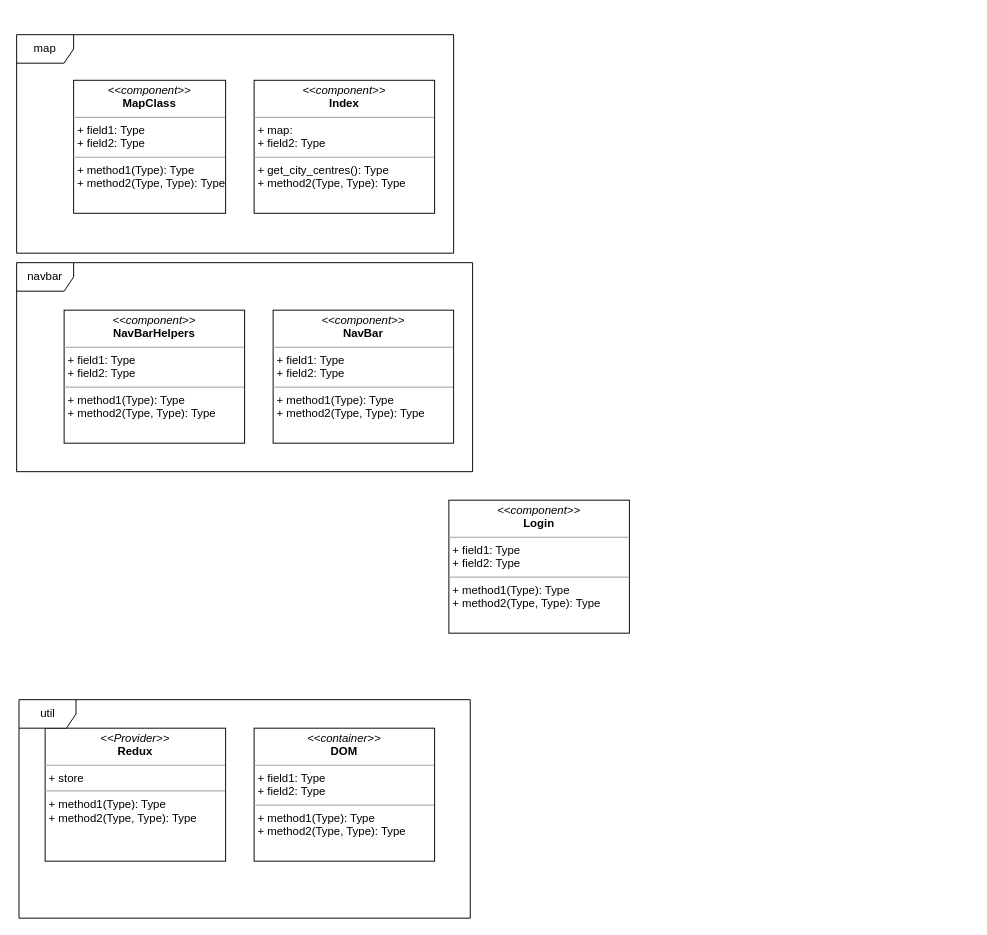
The draw.io diagram M2_Architecture/react-logical-architecture.drawio in NathanDunning/Visualising-Transport-Networks, before the edit. Source tidied: cells renumbered, new cells numbered last; positions are measured from the earlier drawing's top-left corner, leaving out a move shared by most shapes. Both pictures are drawn from the tidied source at 95%, with x=0, y=0 at pixel (16, 34).
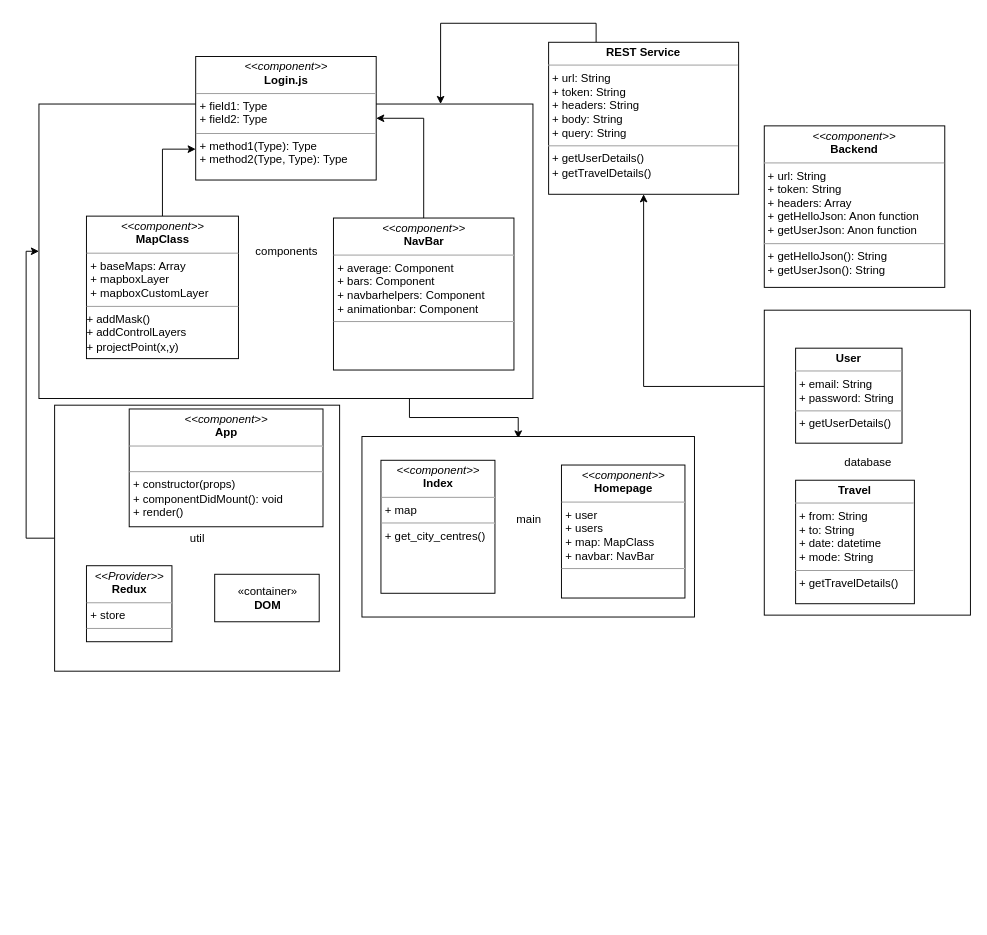
After the change.

Commit message (it also covers changes not shown here):
issue: #5 - class diagram, unfinished as need more detail and understanding of backend

Change to the diagram source:
```diff
@@
-    <mxCell id="2" value="navbar" style="shape=umlFrame;whiteSpace=wrap;html=1;" parent="1" vertex="1">
-      <mxGeometry y="240" width="480" height="220" as="geometry" />
-    </mxCell>
-    <mxCell id="3" value="map" style="shape=umlFrame;whiteSpace=wrap;html=1;" parent="1" vertex="1">
-      <mxGeometry width="460" height="230" as="geometry" />
-    </mxCell>
+    <mxCell id="12" style="edgeStyle=orthogonalEdgeStyle;rounded=0;jettySize=auto;html=1;exitX=0;exitY=0.5;exitDx=0;exitDy=0;entryX=0;entryY=0.5;entryDx=0;entryDy=0;" parent="1" edge="1" source="11" target="16">
+      <mxGeometry relative="1" as="geometry">
+        <Array as="points">
+          <mxPoint x="10" y="530" />
+          <mxPoint x="10" y="228" />
+        </Array>
+      </mxGeometry>
+    </mxCell>
+    <mxCell id="11" value="util" style="html=1;" parent="1" vertex="1">
+      <mxGeometry x="40" y="390" width="300" height="280" as="geometry" />
+    </mxCell>
+    <mxCell id="13" style="edgeStyle=orthogonalEdgeStyle;rounded=0;jettySize=auto;html=1;exitX=0;exitY=0.25;exitDx=0;exitDy=0;" parent="1" edge="1" source="14" target="25">
+      <mxGeometry relative="1" as="geometry" />
+    </mxCell>
+    <mxCell id="14" value="database" style="html=1;" parent="1" vertex="1">
+      <mxGeometry x="787" y="290" width="217" height="321" as="geometry" />
+    </mxCell>
+    <mxCell id="15" style="edgeStyle=orthogonalEdgeStyle;rounded=0;jettySize=auto;html=1;exitX=0.75;exitY=1;exitDx=0;exitDy=0;entryX=0.47;entryY=0.011;entryDx=0;entryDy=0;entryPerimeter=0;" parent="1" edge="1" source="16" target="17">
+      <mxGeometry relative="1" as="geometry" />
+    </mxCell>
+    <mxCell id="16" value="components" style="html=1;" parent="1" vertex="1">
+      <mxGeometry x="23.5" y="73" width="520" height="310" as="geometry" />
+    </mxCell>
+    <mxCell id="17" value="&lt;div&gt;main&lt;/div&gt;&lt;div&gt;&lt;br&gt;&lt;/div&gt;" style="html=1;" parent="1" vertex="1">
+      <mxGeometry x="363.5" y="423" width="350" height="190" as="geometry" />
+    </mxCell>
-    <mxCell id="4" value="&lt;p style=&quot;margin: 0px ; margin-top: 4px ; text-align: center&quot;&gt;&lt;i&gt;&amp;lt;&amp;lt;Provider&amp;gt;&amp;gt;&lt;/i&gt;&lt;br&gt;&lt;b&gt;Redux&lt;/b&gt;&lt;/p&gt;&lt;hr size=&quot;1&quot;&gt;&lt;p style=&quot;margin: 0px ; margin-left: 4px&quot;&gt;+ store&lt;/p&gt;&lt;hr size=&quot;1&quot;&gt;&lt;p style=&quot;margin: 0px ; margin-left: 4px&quot;&gt;+ method1(Type): Type&lt;br&gt;+ method2(Type, Type): Type&lt;/p&gt;" style="verticalAlign=top;align=left;overflow=fill;fontSize=12;fontFamily=Helvetica;html=1;" parent="1" vertex="1">
-      <mxGeometry x="30" y="730" width="190" height="140" as="geometry" />
+    <mxCell id="4" value="&lt;p style=&quot;margin: 0px ; margin-top: 4px ; text-align: center&quot;&gt;&lt;i&gt;&amp;lt;&amp;lt;Provider&amp;gt;&amp;gt;&lt;/i&gt;&lt;br&gt;&lt;b&gt;Redux&lt;/b&gt;&lt;/p&gt;&lt;hr size=&quot;1&quot;&gt;&lt;p style=&quot;margin: 0px ; margin-left: 4px&quot;&gt;+ store&lt;/p&gt;&lt;hr size=&quot;1&quot;&gt;&lt;p style=&quot;margin: 0px ; margin-left: 4px&quot;&gt;&lt;br&gt;&lt;br&gt;&lt;/p&gt;" style="verticalAlign=top;align=left;overflow=fill;fontSize=12;fontFamily=Helvetica;html=1;" parent="1" vertex="1">
+      <mxGeometry x="73.5" y="559" width="90" height="80" as="geometry" />
     </mxCell>
-    <mxCell id="5" value="&lt;p style=&quot;margin: 0px ; margin-top: 4px ; text-align: center&quot;&gt;&lt;i&gt;&amp;lt;&amp;lt;container&amp;gt;&amp;gt;&lt;/i&gt;&lt;br&gt;&lt;b&gt;DOM&lt;/b&gt;&lt;/p&gt;&lt;hr size=&quot;1&quot;&gt;&lt;p style=&quot;margin: 0px ; margin-left: 4px&quot;&gt;+ field1: Type&lt;br&gt;+ field2: Type&lt;/p&gt;&lt;hr size=&quot;1&quot;&gt;&lt;p style=&quot;margin: 0px ; margin-left: 4px&quot;&gt;+ method1(Type): Type&lt;br&gt;+ method2(Type, Type): Type&lt;/p&gt;" style="verticalAlign=top;align=left;overflow=fill;fontSize=12;fontFamily=Helvetica;html=1;" parent="1" vertex="1">
-      <mxGeometry x="250" y="730" width="190" height="140" as="geometry" />
-    </mxCell>
-    <mxCell id="6" value="&lt;p style=&quot;margin: 0px ; margin-top: 4px ; text-align: center&quot;&gt;&lt;i&gt;&amp;lt;&amp;lt;component&amp;gt;&amp;gt;&lt;/i&gt;&lt;br&gt;&lt;b&gt;Login&lt;/b&gt;&lt;/p&gt;&lt;hr size=&quot;1&quot;&gt;&lt;p style=&quot;margin: 0px ; margin-left: 4px&quot;&gt;+ field1: Type&lt;br&gt;+ field2: Type&lt;/p&gt;&lt;hr size=&quot;1&quot;&gt;&lt;p style=&quot;margin: 0px ; margin-left: 4px&quot;&gt;+ method1(Type): Type&lt;br&gt;+ method2(Type, Type): Type&lt;/p&gt;" style="verticalAlign=top;align=left;overflow=fill;fontSize=12;fontFamily=Helvetica;html=1;" parent="1" vertex="1">
-      <mxGeometry x="455" y="490" width="190" height="140" as="geometry" />
+    <mxCell id="6" value="&lt;p style=&quot;margin: 0px ; margin-top: 4px ; text-align: center&quot;&gt;&lt;i&gt;&amp;lt;&amp;lt;component&amp;gt;&amp;gt;&lt;/i&gt;&lt;br&gt;&lt;b&gt;Login.js&lt;/b&gt;&lt;/p&gt;&lt;hr size=&quot;1&quot;&gt;&lt;p style=&quot;margin: 0px ; margin-left: 4px&quot;&gt;+ field1: Type&lt;br&gt;+ field2: Type&lt;/p&gt;&lt;hr size=&quot;1&quot;&gt;&lt;p style=&quot;margin: 0px ; margin-left: 4px&quot;&gt;+ method1(Type): Type&lt;br&gt;+ method2(Type, Type): Type&lt;/p&gt;" style="verticalAlign=top;align=left;overflow=fill;fontSize=12;fontFamily=Helvetica;html=1;" parent="1" vertex="1">
+      <mxGeometry x="188.5" y="23" width="190" height="130" as="geometry" />
     </mxCell>
+    <mxCell id="18" style="edgeStyle=orthogonalEdgeStyle;rounded=0;jettySize=auto;html=1;exitX=0.5;exitY=0;exitDx=0;exitDy=0;entryX=1;entryY=0.5;entryDx=0;entryDy=0;" parent="1" edge="1" source="7" target="6">
+      <mxGeometry relative="1" as="geometry" />
+    </mxCell>
-    <mxCell id="7" value="&lt;p style=&quot;margin: 0px ; margin-top: 4px ; text-align: center&quot;&gt;&lt;i&gt;&amp;lt;&amp;lt;component&amp;gt;&amp;gt;&lt;/i&gt;&lt;br&gt;&lt;b&gt;NavBar&lt;/b&gt;&lt;/p&gt;&lt;hr size=&quot;1&quot;&gt;&lt;p style=&quot;margin: 0px ; margin-left: 4px&quot;&gt;+ field1: Type&lt;br&gt;+ field2: Type&lt;/p&gt;&lt;hr size=&quot;1&quot;&gt;&lt;p style=&quot;margin: 0px ; margin-left: 4px&quot;&gt;+ method1(Type): Type&lt;br&gt;+ method2(Type, Type): Type&lt;/p&gt;" style="verticalAlign=top;align=left;overflow=fill;fontSize=12;fontFamily=Helvetica;html=1;" parent="1" vertex="1">
-      <mxGeometry x="270" y="290" width="190" height="140" as="geometry" />
+    <mxCell id="7" value="&lt;p style=&quot;margin: 0px ; margin-top: 4px ; text-align: center&quot;&gt;&lt;i&gt;&amp;lt;&amp;lt;component&amp;gt;&amp;gt;&lt;/i&gt;&lt;br&gt;&lt;b&gt;NavBar&lt;/b&gt;&lt;/p&gt;&lt;hr size=&quot;1&quot;&gt;&lt;p style=&quot;margin: 0px ; margin-left: 4px&quot;&gt;+ average: Component&lt;/p&gt;&lt;p style=&quot;margin: 0px ; margin-left: 4px&quot;&gt;+ bars: Component&lt;/p&gt;&lt;p style=&quot;margin: 0px ; margin-left: 4px&quot;&gt;+ navbarhelpers: Component&lt;/p&gt;&lt;p style=&quot;margin: 0px ; margin-left: 4px&quot;&gt;+ animationbar: Component&lt;br&gt;&lt;/p&gt;&lt;hr size=&quot;1&quot;&gt;&lt;p style=&quot;margin: 0px ; margin-left: 4px&quot;&gt;&lt;br&gt;&lt;/p&gt;" style="verticalAlign=top;align=left;overflow=fill;fontSize=12;fontFamily=Helvetica;html=1;" parent="1" vertex="1">
+      <mxGeometry x="333.5" y="193" width="190" height="160" as="geometry" />
     </mxCell>
-    <mxCell id="8" value="&lt;p style=&quot;margin: 0px ; margin-top: 4px ; text-align: center&quot;&gt;&lt;i&gt;&amp;lt;&amp;lt;component&amp;gt;&amp;gt;&lt;/i&gt;&lt;br&gt;&lt;b&gt;NavBarHelpers&lt;/b&gt;&lt;/p&gt;&lt;hr size=&quot;1&quot;&gt;&lt;p style=&quot;margin: 0px ; margin-left: 4px&quot;&gt;+ field1: Type&lt;br&gt;+ field2: Type&lt;/p&gt;&lt;hr size=&quot;1&quot;&gt;&lt;p style=&quot;margin: 0px ; margin-left: 4px&quot;&gt;+ method1(Type): Type&lt;br&gt;+ method2(Type, Type): Type&lt;/p&gt;" style="verticalAlign=top;align=left;overflow=fill;fontSize=12;fontFamily=Helvetica;html=1;" parent="1" vertex="1">
-      <mxGeometry x="50" y="290" width="190" height="140" as="geometry" />
-    </mxCell>
+    <mxCell id="19" style="edgeStyle=orthogonalEdgeStyle;rounded=0;jettySize=auto;html=1;exitX=0.5;exitY=0;exitDx=0;exitDy=0;entryX=0;entryY=0.75;entryDx=0;entryDy=0;" parent="1" edge="1" source="9" target="6">
+      <mxGeometry relative="1" as="geometry" />
+    </mxCell>
-    <mxCell id="9" value="&lt;p style=&quot;margin: 0px ; margin-top: 4px ; text-align: center&quot;&gt;&lt;i&gt;&amp;lt;&amp;lt;component&amp;gt;&amp;gt;&lt;/i&gt;&lt;br&gt;&lt;b&gt;MapClass&lt;/b&gt;&lt;/p&gt;&lt;hr size=&quot;1&quot;&gt;&lt;p style=&quot;margin: 0px ; margin-left: 4px&quot;&gt;+ field1: Type&lt;br&gt;+ field2: Type&lt;/p&gt;&lt;hr size=&quot;1&quot;&gt;&lt;p style=&quot;margin: 0px ; margin-left: 4px&quot;&gt;+ method1(Type): Type&lt;br&gt;+ method2(Type, Type): Type&lt;/p&gt;" style="verticalAlign=top;align=left;overflow=fill;fontSize=12;fontFamily=Helvetica;html=1;" parent="1" vertex="1">
-      <mxGeometry x="60" y="48" width="160" height="140" as="geometry" />
+    <mxCell id="9" value="&lt;p style=&quot;margin: 0px ; margin-top: 4px ; text-align: center&quot;&gt;&lt;i&gt;&amp;lt;&amp;lt;component&amp;gt;&amp;gt;&lt;/i&gt;&lt;br&gt;&lt;b&gt;MapClass&lt;/b&gt;&lt;/p&gt;&lt;hr size=&quot;1&quot;&gt;&lt;p style=&quot;margin: 0px ; margin-left: 4px&quot;&gt;+ baseMaps: Array&lt;/p&gt;&lt;p style=&quot;margin: 0px ; margin-left: 4px&quot;&gt;+ mapboxLayer&lt;/p&gt;&lt;p style=&quot;margin: 0px ; margin-left: 4px&quot;&gt;+ mapboxCustomLayer&lt;br&gt;&lt;/p&gt;&lt;hr size=&quot;1&quot;&gt;&lt;div&gt;+ addMask()&lt;/div&gt;&lt;div&gt;+ addControlLayers&lt;/div&gt;&lt;div&gt;+ projectPoint(x,y)&lt;br&gt;&lt;/div&gt;" style="verticalAlign=top;align=left;overflow=fill;fontSize=12;fontFamily=Helvetica;html=1;" parent="1" vertex="1">
+      <mxGeometry x="73.5" y="191" width="160" height="150" as="geometry" />
     </mxCell>
-    <mxCell id="10" value="&lt;p style=&quot;margin: 0px ; margin-top: 4px ; text-align: center&quot;&gt;&lt;i&gt;&amp;lt;&amp;lt;component&amp;gt;&amp;gt;&lt;/i&gt;&lt;br&gt;&lt;b&gt;Index&lt;/b&gt;&lt;/p&gt;&lt;hr size=&quot;1&quot;&gt;&lt;p style=&quot;margin: 0px ; margin-left: 4px&quot;&gt;+ map: &lt;br&gt;+ field2: Type&lt;/p&gt;&lt;hr size=&quot;1&quot;&gt;&lt;p style=&quot;margin: 0px ; margin-left: 4px&quot;&gt;+ get_city_centres(): Type&lt;br&gt;+ method2(Type, Type): Type&lt;/p&gt;" style="verticalAlign=top;align=left;overflow=fill;fontSize=12;fontFamily=Helvetica;html=1;" parent="1" vertex="1">
-      <mxGeometry x="250" y="48" width="190" height="140" as="geometry" />
+    <mxCell id="10" value="&lt;p style=&quot;margin: 0px ; margin-top: 4px ; text-align: center&quot;&gt;&lt;i&gt;&amp;lt;&amp;lt;component&amp;gt;&amp;gt;&lt;/i&gt;&lt;br&gt;&lt;b&gt;Index&lt;/b&gt;&lt;/p&gt;&lt;hr size=&quot;1&quot;&gt;&lt;p style=&quot;margin: 0px ; margin-left: 4px&quot;&gt;+ map&lt;br&gt;&lt;/p&gt;&lt;hr size=&quot;1&quot;&gt;&lt;p style=&quot;margin: 0px ; margin-left: 4px&quot;&gt;+ get_city_centres()&lt;br&gt;&lt;br&gt;&lt;/p&gt;" style="verticalAlign=top;align=left;overflow=fill;fontSize=12;fontFamily=Helvetica;html=1;" parent="1" vertex="1">
+      <mxGeometry x="383.5" y="448" width="120" height="140" as="geometry" />
     </mxCell>
-    <mxCell id="11" value="util" style="shape=umlFrame;whiteSpace=wrap;html=1;" parent="1" vertex="1">
-      <mxGeometry x="2.5" y="700" width="475" height="230" as="geometry" />
-    </mxCell>
+    <mxCell id="20" value="&lt;p style=&quot;margin: 0px ; margin-top: 4px ; text-align: center&quot;&gt;&lt;i&gt;&amp;lt;&amp;lt;component&amp;gt;&amp;gt;&lt;/i&gt;&lt;br&gt;&lt;b&gt;Backend&lt;/b&gt;&lt;/p&gt;&lt;hr size=&quot;1&quot;&gt;&lt;p style=&quot;margin: 0px ; margin-left: 4px&quot;&gt;+ url: String&lt;br&gt;+ token: String &lt;br&gt;&lt;/p&gt;&lt;p style=&quot;margin: 0px ; margin-left: 4px&quot;&gt;+ headers: Array&lt;/p&gt;&lt;p style=&quot;margin: 0px ; margin-left: 4px&quot;&gt;+ getHelloJson: Anon function&lt;/p&gt;&lt;p style=&quot;margin: 0px ; margin-left: 4px&quot;&gt;+ getUserJson: Anon function&lt;br&gt;&lt;/p&gt;&lt;hr size=&quot;1&quot;&gt;&lt;p style=&quot;margin: 0px ; margin-left: 4px&quot;&gt;+ getHelloJson(): String&lt;/p&gt;&lt;p style=&quot;margin: 0px ; margin-left: 4px&quot;&gt;+ getUserJson(): String&lt;/p&gt;" style="verticalAlign=top;align=left;overflow=fill;fontSize=12;fontFamily=Helvetica;html=1;" parent="1" vertex="1">
+      <mxGeometry x="787" y="96" width="190" height="170" as="geometry" />
+    </mxCell>
+    <mxCell id="21" value="&lt;p style=&quot;margin: 0px ; margin-top: 4px ; text-align: center&quot;&gt;&lt;i&gt;&amp;lt;&amp;lt;component&amp;gt;&amp;gt;&lt;/i&gt;&lt;br&gt;&lt;b&gt;App&lt;/b&gt;&lt;/p&gt;&lt;hr size=&quot;1&quot;&gt;&lt;p style=&quot;margin: 0px ; margin-left: 4px&quot;&gt;&lt;br&gt;&lt;/p&gt;&lt;hr size=&quot;1&quot;&gt;&lt;p style=&quot;margin: 0px ; margin-left: 4px&quot;&gt;+ constructor(props)&lt;br&gt;&lt;/p&gt;&lt;p style=&quot;margin: 0px ; margin-left: 4px&quot;&gt;+ componentDidMount(): void&lt;/p&gt;&lt;p style=&quot;margin: 0px ; margin-left: 4px&quot;&gt;+ render()&lt;br&gt;&lt;/p&gt;" style="verticalAlign=top;align=left;overflow=fill;fontSize=12;fontFamily=Helvetica;html=1;" parent="1" vertex="1">
+      <mxGeometry x="118.5" y="394" width="204" height="124" as="geometry" />
+    </mxCell>
+    <mxCell id="22" value="&lt;p style=&quot;margin: 0px ; margin-top: 4px ; text-align: center&quot;&gt;&lt;i&gt;&amp;lt;&amp;lt;component&amp;gt;&amp;gt;&lt;/i&gt;&lt;br&gt;&lt;b&gt;Homepage&lt;/b&gt;&lt;/p&gt;&lt;hr size=&quot;1&quot;&gt;&lt;p style=&quot;margin: 0px ; margin-left: 4px&quot;&gt;+ user &lt;br&gt;+ users&lt;/p&gt;&lt;p style=&quot;margin: 0px ; margin-left: 4px&quot;&gt;+ map: MapClass&lt;/p&gt;&lt;p style=&quot;margin: 0px ; margin-left: 4px&quot;&gt;+ navbar: NavBar&lt;br&gt;&lt;/p&gt;&lt;hr size=&quot;1&quot;&gt;&lt;p style=&quot;margin: 0px ; margin-left: 4px&quot;&gt;&lt;br&gt;&lt;br&gt;&lt;/p&gt;" style="verticalAlign=top;align=left;overflow=fill;fontSize=12;fontFamily=Helvetica;html=1;" parent="1" vertex="1">
+      <mxGeometry x="573.5" y="453" width="130" height="140" as="geometry" />
+    </mxCell>
+    <mxCell id="23" value="«container»&lt;br&gt;&lt;b&gt;DOM&lt;/b&gt;" style="html=1;" parent="1" vertex="1">
+      <mxGeometry x="208.5" y="568" width="110" height="50" as="geometry" />
+    </mxCell>
+    <mxCell id="24" style="edgeStyle=orthogonalEdgeStyle;rounded=0;jettySize=auto;html=1;exitX=0.25;exitY=0;exitDx=0;exitDy=0;entryX=0.813;entryY=0;entryDx=0;entryDy=0;entryPerimeter=0;" parent="1" edge="1" source="25" target="16">
+      <mxGeometry relative="1" as="geometry" />
+    </mxCell>
+    <mxCell id="25" value="&lt;p style=&quot;margin: 0px ; margin-top: 4px ; text-align: center&quot;&gt;&lt;b&gt;REST Service&lt;/b&gt;&lt;br&gt;&lt;/p&gt;&lt;hr size=&quot;1&quot;&gt;&lt;p style=&quot;margin: 0px ; margin-left: 4px&quot;&gt;+ url: String&lt;/p&gt;&lt;p style=&quot;margin: 0px ; margin-left: 4px&quot;&gt;+ token: String&lt;/p&gt;&lt;p style=&quot;margin: 0px ; margin-left: 4px&quot;&gt;+ headers: String&lt;/p&gt;&lt;p style=&quot;margin: 0px ; margin-left: 4px&quot;&gt;+ body: String&lt;/p&gt;&lt;p style=&quot;margin: 0px ; margin-left: 4px&quot;&gt;+ query: String&lt;br&gt;&lt;/p&gt;&lt;hr size=&quot;1&quot;&gt;&lt;p style=&quot;margin: 0px ; margin-left: 4px&quot;&gt;+ getUserDetails()&lt;/p&gt;&lt;p style=&quot;margin: 0px ; margin-left: 4px&quot;&gt;+ getTravelDetails()&lt;br&gt;&lt;/p&gt;" style="verticalAlign=top;align=left;overflow=fill;fontSize=12;fontFamily=Helvetica;html=1;" parent="1" vertex="1">
+      <mxGeometry x="560" y="8" width="200" height="160" as="geometry" />
+    </mxCell>
+    <mxCell id="26" value="&lt;p style=&quot;margin: 0px ; margin-top: 4px ; text-align: center&quot;&gt;&lt;b&gt;User&lt;/b&gt;&lt;/p&gt;&lt;hr size=&quot;1&quot;&gt;&lt;p style=&quot;margin: 0px ; margin-left: 4px&quot;&gt;+ email: String&lt;/p&gt;&lt;p style=&quot;margin: 0px ; margin-left: 4px&quot;&gt;+ password: String&lt;br&gt;&lt;/p&gt;&lt;hr size=&quot;1&quot;&gt;&lt;p style=&quot;margin: 0px ; margin-left: 4px&quot;&gt;+ getUserDetails()&lt;/p&gt;" style="verticalAlign=top;align=left;overflow=fill;fontSize=12;fontFamily=Helvetica;html=1;" parent="1" vertex="1">
+      <mxGeometry x="820" y="330" width="112" height="100" as="geometry" />
+    </mxCell>
+    <mxCell id="27" value="&lt;p style=&quot;margin: 0px ; margin-top: 4px ; text-align: center&quot;&gt;&lt;b&gt;Travel&lt;/b&gt;&lt;br&gt;&lt;/p&gt;&lt;hr size=&quot;1&quot;&gt;&lt;p style=&quot;margin: 0px ; margin-left: 4px&quot;&gt;+ from: String&lt;/p&gt;&lt;p style=&quot;margin: 0px ; margin-left: 4px&quot;&gt;+ to: String&lt;/p&gt;&lt;p style=&quot;margin: 0px ; margin-left: 4px&quot;&gt;+ date: datetime&lt;/p&gt;&lt;p style=&quot;margin: 0px ; margin-left: 4px&quot;&gt;+ mode: String&lt;br&gt;&lt;/p&gt;&lt;hr size=&quot;1&quot;&gt;&lt;p style=&quot;margin: 0px ; margin-left: 4px&quot;&gt;+ getTravelDetails()&lt;/p&gt;" style="verticalAlign=top;align=left;overflow=fill;fontSize=12;fontFamily=Helvetica;html=1;" parent="1" vertex="1">
+      <mxGeometry x="820" y="469" width="125" height="130" as="geometry" />
+    </mxCell>
```
